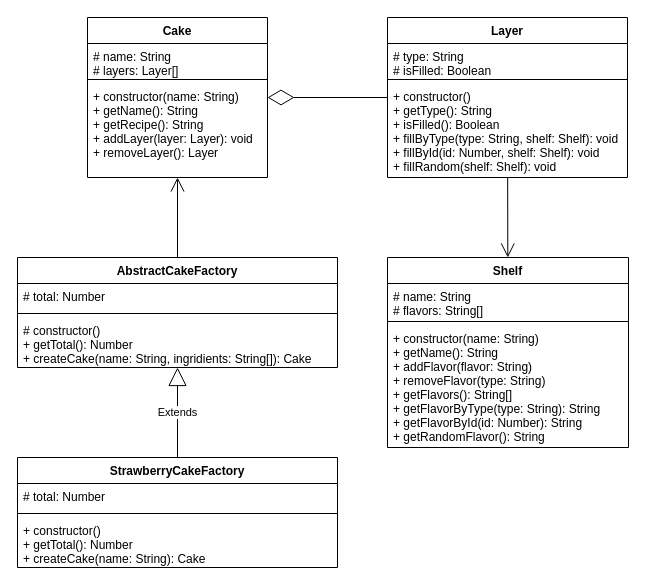
Before: 27mayCake.drawio in darkgraycat/__storage, a draw.io diagram. Source tidied: cells renumbered, new cells numbered last; positions are measured from the earlier drawing's top-left corner, leaving out a move shared by most shapes. Both pictures are drawn from the tidied source at 100%, with x=0, y=0 at pixel (17, 17).
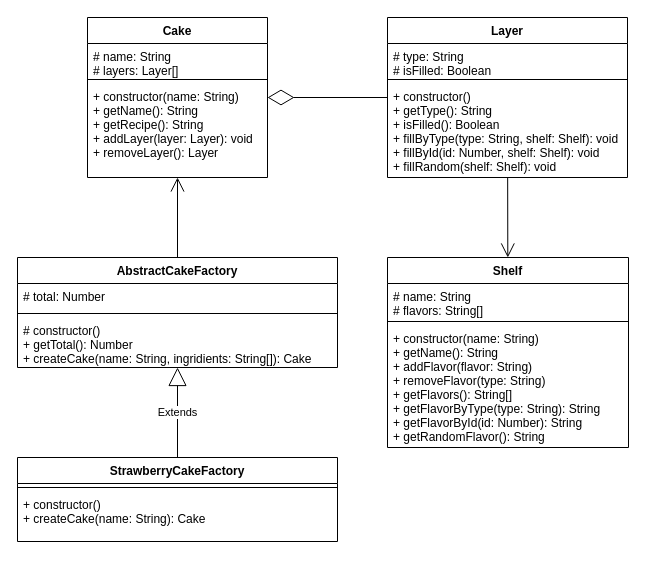
The same diagram, later.

Diff of the diagram source:
```diff
@@
     <mxCell id="19" value="StrawberryCakeFactory" style="swimlane;fontStyle=1;align=center;verticalAlign=top;horizontal=1;startSize=26;" parent="1" vertex="1">
-      <mxGeometry y="440" width="320" height="110" as="geometry" />
+      <mxGeometry y="440" width="320" height="84" as="geometry" />
     </mxCell>
-    <mxCell id="20" value="# total: Number" style="text;strokeColor=none;fillColor=none;align=left;verticalAlign=top;spacingLeft=4;spacingRight=4;overflow=hidden;" parent="19" vertex="1">
-      <mxGeometry y="26" width="320" height="26" as="geometry" />
-    </mxCell>
     <mxCell id="21" style="line;strokeWidth=1;fillColor=none;align=left;verticalAlign=middle;spacingTop=-1;spacingLeft=3;spacingRight=3;labelPosition=right;" parent="19" vertex="1">
-      <mxGeometry y="52" width="320" height="8" as="geometry" />
+      <mxGeometry y="26" width="320" height="8" as="geometry" />
     </mxCell>
-    <mxCell id="22" value="+ constructor()&#10;+ getTotal(): Number&#10;+ createCake(name: String): Cake" style="text;strokeColor=none;fillColor=none;align=left;verticalAlign=top;spacingLeft=4;spacingRight=4;overflow=hidden;" parent="19" vertex="1">
-      <mxGeometry y="60" width="320" height="50" as="geometry" />
+    <mxCell id="22" value="+ constructor()&#10;+ createCake(name: String): Cake" style="text;strokeColor=none;fillColor=none;align=left;verticalAlign=top;spacingLeft=4;spacingRight=4;overflow=hidden;" parent="19" vertex="1">
+      <mxGeometry y="34" width="320" height="50" as="geometry" />
     </mxCell>
```
